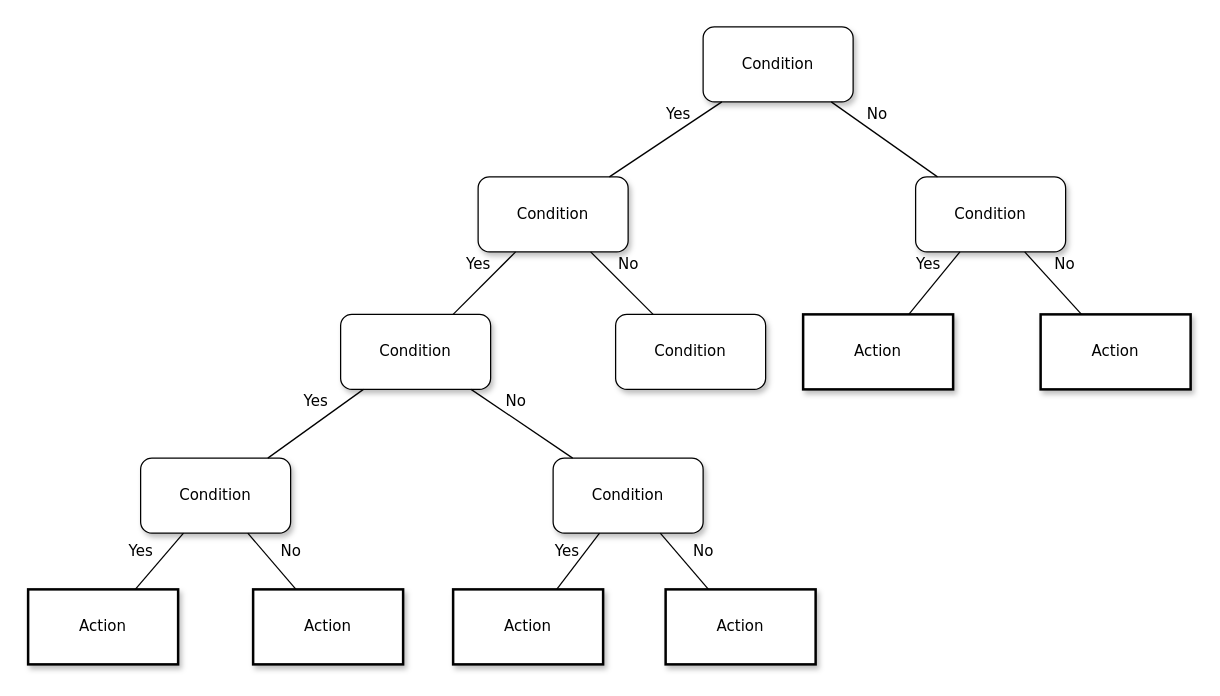
The draw.io diagram Untitled Diagram.drawio in Ellipse120/AppleScript, before the edit. Source tidied: cells renumbered, new cells numbered last; positions are measured from the earlier drawing's top-left corner, leaving out a move shared by most shapes. Both pictures are drawn from the tidied source at 125%, with x=0, y=0 at pixel (28, 26).
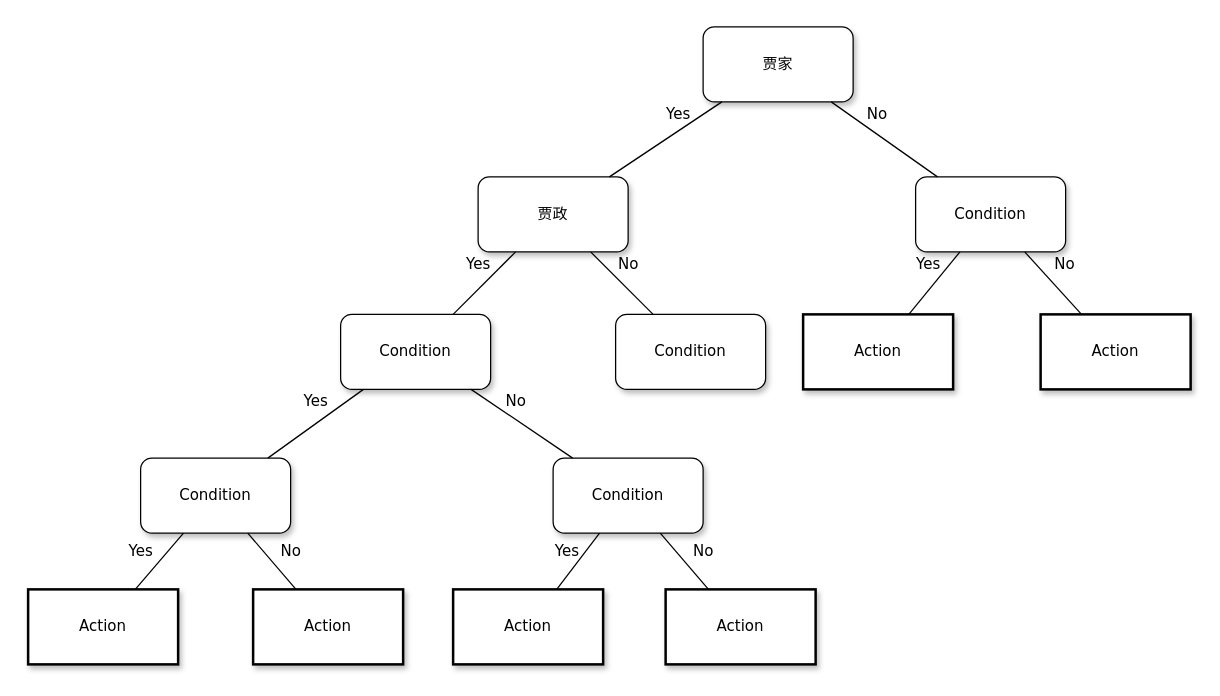
After the change.

The edit, as a diff of the source:
```diff
@@
-    <mxCell id="2" value="Condition" style="whiteSpace=wrap;html=1;rounded=1;shadow=1;labelBackgroundColor=none;strokeWidth=1;fontFamily=Verdana;fontSize=12;align=center;" parent="1" vertex="1">
+    <mxCell id="2" value="贾家" style="whiteSpace=wrap;html=1;rounded=1;shadow=1;labelBackgroundColor=none;strokeWidth=1;fontFamily=Verdana;fontSize=12;align=center;" parent="1" vertex="1">
       <mxGeometry x="540" width="120" height="60" as="geometry" />
     </mxCell>
-    <mxCell id="3" value="&lt;span&gt;Condition&lt;/span&gt;" style="whiteSpace=wrap;html=1;rounded=1;shadow=1;labelBackgroundColor=none;strokeWidth=1;fontFamily=Verdana;fontSize=12;align=center;" parent="1" vertex="1">
+    <mxCell id="3" value="&lt;span&gt;贾政&lt;/span&gt;" style="whiteSpace=wrap;html=1;rounded=1;shadow=1;labelBackgroundColor=none;strokeWidth=1;fontFamily=Verdana;fontSize=12;align=center;" parent="1" vertex="1">
       <mxGeometry x="360" y="120" width="120" height="60" as="geometry" />
     </mxCell>
```
